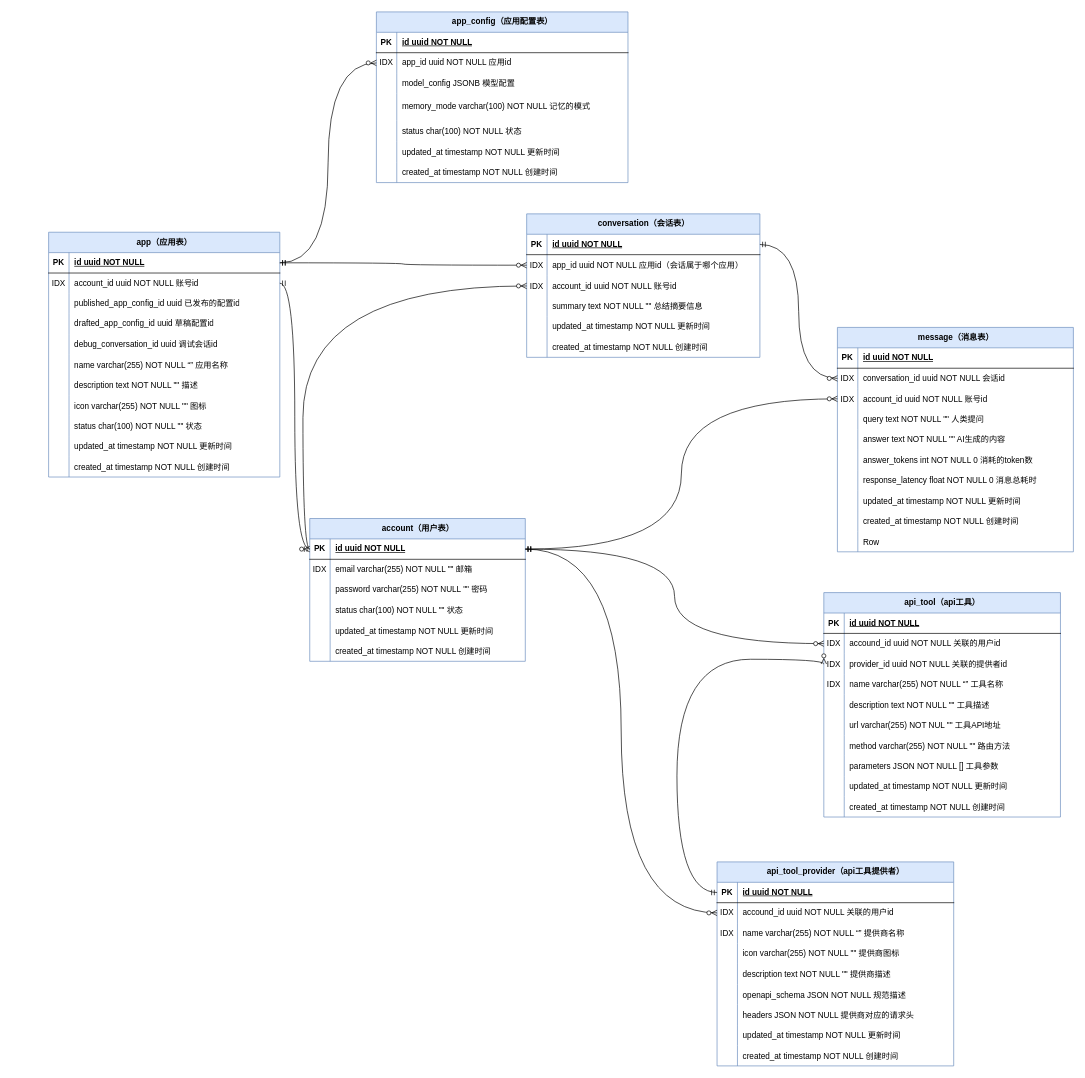
Above: LLMOps数据库实体图.drawio in jiayinjiang-pistachio/llmops (draw.io), before the change. Source tidied: cells renumbered, new cells numbered last; positions are measured from the earlier drawing's top-left corner, leaving out a move shared by most shapes. Both pictures are drawn from the tidied source at 68%, with x=0, y=0 at pixel (48, 12).
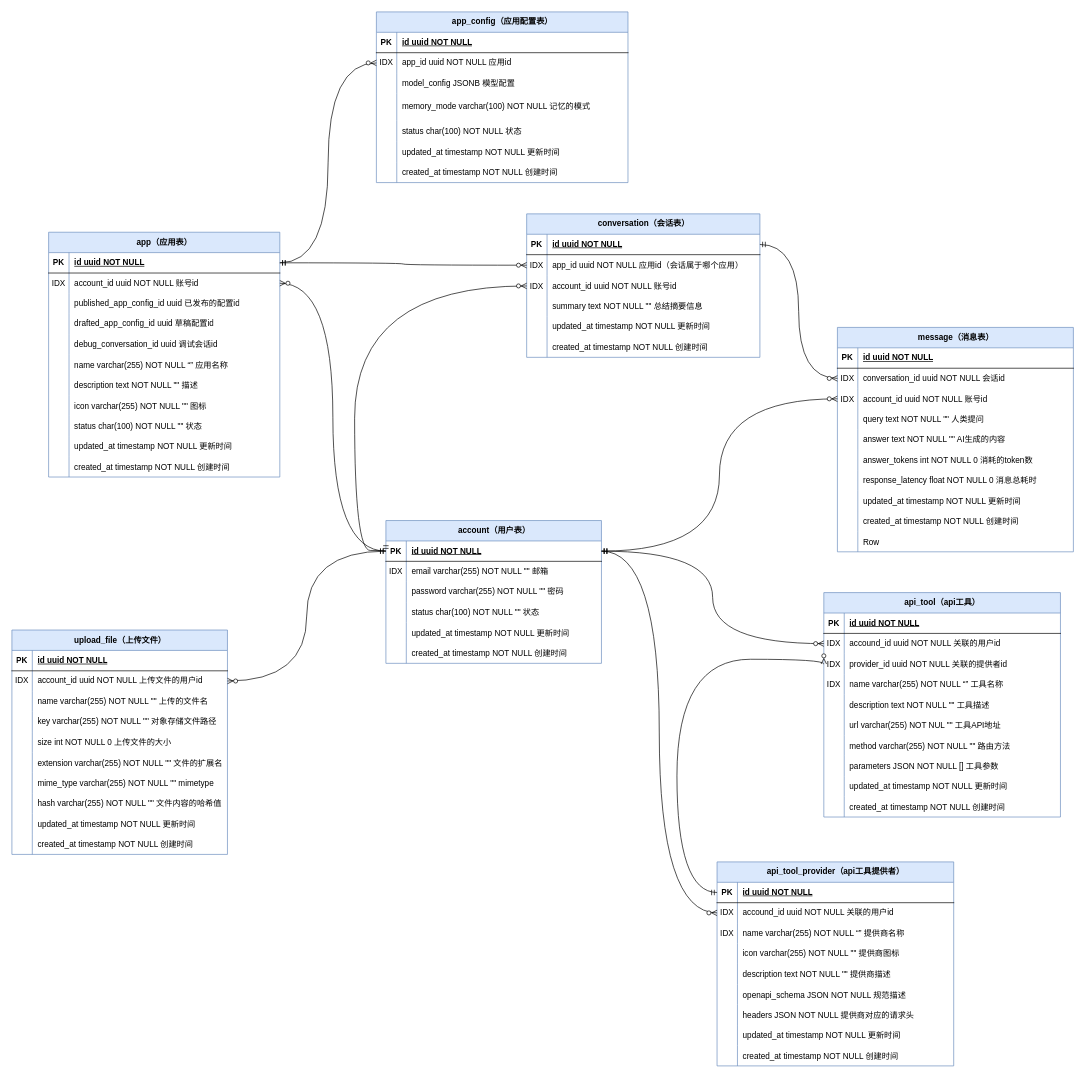
After the change.

Unchanged cells that the change refers to:
```xml
<mxCell id="6" style="shape=tableRow;horizontal=0;startSize=0;swimlaneHead=0;swimlaneBody=0;fillColor=none;points=[[0,0.5],[1,0.5]];portConstraint=eastwest;top=0;left=0;right=0;bottom=0;" parent="2" vertex="1">
  <mxGeometry y="60" width="340" height="30" as="geometry" />
</mxCell>
<mxCell id="66" style="shape=tableRow;horizontal=0;startSize=0;swimlaneHead=0;swimlaneBody=0;fillColor=none;points=[[0,0.5],[1,0.5]];portConstraint=eastwest;top=0;left=0;right=0;bottom=0;" parent="59" vertex="1">
  <mxGeometry y="91" width="343" height="30" as="geometry" />
</mxCell>
<mxCell id="112" style="shape=tableRow;horizontal=0;startSize=0;swimlaneHead=0;swimlaneBody=0;fillColor=none;points=[[0,0.5],[1,0.5]];portConstraint=eastwest;top=0;left=0;right=0;bottom=1;" parent="111" vertex="1">
  <mxGeometry y="30" width="317" height="30" as="geometry" />
</mxCell>
```

The edit, as a diff of the source:
```diff
@@
     <mxCell id="111" value="account（用户表）" style="shape=table;startSize=30;childLayout=tableLayout;rowLines=0;fontStyle=1;align=center;html=1;fillColor=#dae8fc;strokeColor=#6c8ebf;" parent="1" vertex="1">
-      <mxGeometry x="384" y="745" width="317" height="210" as="geometry" />
+      <mxGeometry x="496" y="748" width="317" height="210" as="geometry" />
     </mxCell>
@@
-    <mxCell id="131" style="edgeStyle=orthogonalEdgeStyle;fontSize=12;html=1;endArrow=ERzeroToMany;startArrow=ERmandOne;rounded=0;entryX=0;entryY=0.5;entryDx=0;entryDy=0;curved=1;" parent="1" edge="1" source="6" target="112">
-      <mxGeometry relative="1" as="geometry" />
-    </mxCell>
     <mxCell id="132" style="edgeStyle=orthogonalEdgeStyle;fontSize=12;html=1;endArrow=ERzeroToMany;startArrow=ERmandOne;rounded=0;exitX=0;exitY=0.5;exitDx=0;exitDy=0;entryX=0;entryY=0.5;entryDx=0;entryDy=0;curved=1;" parent="1" edge="1" source="112" target="66">
-      <mxGeometry relative="1" as="geometry" />
+      <mxGeometry relative="1" as="geometry">
+        <Array as="points">
+          <mxPoint x="450" y="792" />
+          <mxPoint x="450" y="403" />
+        </Array>
+      </mxGeometry>
     </mxCell>
@@
+    <mxCell id="195" value="upload_file（上传文件）" style="shape=table;startSize=30;childLayout=tableLayout;rowLines=0;fontStyle=1;align=center;html=1;fillColor=#dae8fc;strokeColor=#6c8ebf;" parent="1" vertex="1">
+      <mxGeometry x="-54" y="909" width="317" height="330" as="geometry" />
+    </mxCell>
+    <mxCell id="196" style="shape=tableRow;horizontal=0;startSize=0;swimlaneHead=0;swimlaneBody=0;fillColor=none;top=0;left=0;right=0;bottom=1;" parent="195" vertex="1">
+      <mxGeometry y="30" width="317" height="30" as="geometry" />
+    </mxCell>
+    <mxCell id="197" value="PK" style="shape=partialRectangle;fillColor=none;top=0;left=0;bottom=0;right=0;fontStyle=1;overflow=hidden;whiteSpace=wrap;html=1;" parent="196" vertex="1">
+      <mxGeometry width="30" height="30" as="geometry" />
+    </mxCell>
+    <mxCell id="198" value="id uuid NOT NULL" style="shape=partialRectangle;fillColor=none;top=0;left=0;bottom=0;right=0;align=left;spacingLeft=6;fontStyle=5;overflow=hidden;whiteSpace=wrap;html=1;" parent="196" vertex="1">
+      <mxGeometry x="30" width="287" height="30" as="geometry" />
+    </mxCell>
+    <mxCell id="199" style="shape=tableRow;horizontal=0;startSize=0;swimlaneHead=0;swimlaneBody=0;fillColor=none;points=[[0,0.5],[1,0.5]];portConstraint=eastwest;top=0;left=0;right=0;bottom=0;" parent="195" vertex="1">
+      <mxGeometry y="60" width="317" height="30" as="geometry" />
+    </mxCell>
+    <mxCell id="200" value="IDX" style="shape=partialRectangle;fillColor=none;top=0;left=0;bottom=0;right=0;overflow=hidden;whiteSpace=wrap;html=1;" parent="199" vertex="1">
+      <mxGeometry width="30" height="30" as="geometry" />
+    </mxCell>
+    <mxCell id="201" value="account_id uuid NOT NULL 上传文件的用户id" style="shape=partialRectangle;fillColor=none;top=0;left=0;bottom=0;right=0;align=left;spacingLeft=6;overflow=hidden;whiteSpace=wrap;html=1;" parent="199" vertex="1">
+      <mxGeometry x="30" width="287" height="30" as="geometry" />
+    </mxCell>
+    <mxCell id="202" style="shape=tableRow;horizontal=0;startSize=0;swimlaneHead=0;swimlaneBody=0;fillColor=none;top=0;left=0;right=0;bottom=0;" parent="195" vertex="1">
+      <mxGeometry y="90" width="317" height="30" as="geometry" />
+    </mxCell>
+    <mxCell id="203" style="shape=partialRectangle;fillColor=none;top=0;left=0;bottom=0;right=0;overflow=hidden;whiteSpace=wrap;html=1;" parent="202" vertex="1">
+      <mxGeometry width="30" height="30" as="geometry" />
+    </mxCell>
+    <mxCell id="204" value="name varchar(255) NOT NULL &quot;&quot; 上传的文件名" style="shape=partialRectangle;fillColor=none;top=0;left=0;bottom=0;right=0;align=left;spacingLeft=6;overflow=hidden;whiteSpace=wrap;html=1;" parent="202" vertex="1">
+      <mxGeometry x="30" width="287" height="30" as="geometry" />
+    </mxCell>
+    <mxCell id="205" style="shape=tableRow;horizontal=0;startSize=0;swimlaneHead=0;swimlaneBody=0;fillColor=none;top=0;left=0;right=0;bottom=0;" parent="195" vertex="1">
+      <mxGeometry y="120" width="317" height="30" as="geometry" />
+    </mxCell>
+    <mxCell id="206" style="shape=partialRectangle;fillColor=none;top=0;left=0;bottom=0;right=0;overflow=hidden;whiteSpace=wrap;html=1;" parent="205" vertex="1">
+      <mxGeometry width="30" height="30" as="geometry" />
+    </mxCell>
+    <mxCell id="207" value="key varchar(255) NOT NULL &quot;&quot; 对象存储文件路径" style="shape=partialRectangle;fillColor=none;top=0;left=0;bottom=0;right=0;align=left;spacingLeft=6;overflow=hidden;whiteSpace=wrap;html=1;" parent="205" vertex="1">
+      <mxGeometry x="30" width="287" height="30" as="geometry" />
+    </mxCell>
+    <mxCell id="208" style="shape=tableRow;horizontal=0;startSize=0;swimlaneHead=0;swimlaneBody=0;fillColor=none;top=0;left=0;right=0;bottom=0;" parent="195" vertex="1">
+      <mxGeometry y="150" width="317" height="30" as="geometry" />
+    </mxCell>
+    <mxCell id="209" style="shape=partialRectangle;fillColor=none;top=0;left=0;bottom=0;right=0;overflow=hidden;" parent="208" vertex="1">
+      <mxGeometry width="30" height="30" as="geometry" />
+    </mxCell>
+    <mxCell id="210" value="size int NOT NULL 0 上传文件的大小" style="shape=partialRectangle;fillColor=none;top=0;left=0;bottom=0;right=0;align=left;spacingLeft=6;overflow=hidden;" parent="208" vertex="1">
+      <mxGeometry x="30" width="287" height="30" as="geometry" />
+    </mxCell>
+    <mxCell id="211" style="shape=tableRow;horizontal=0;startSize=0;swimlaneHead=0;swimlaneBody=0;fillColor=none;top=0;left=0;right=0;bottom=0;" parent="195" vertex="1">
+      <mxGeometry y="180" width="317" height="30" as="geometry" />
+    </mxCell>
+    <mxCell id="212" style="shape=partialRectangle;fillColor=none;top=0;left=0;bottom=0;right=0;overflow=hidden;" parent="211" vertex="1">
+      <mxGeometry width="30" height="30" as="geometry" />
+    </mxCell>
+    <mxCell id="213" value="extension varchar(255) NOT NULL &quot;&quot; 文件的扩展名" style="shape=partialRectangle;fillColor=none;top=0;left=0;bottom=0;right=0;align=left;spacingLeft=6;overflow=hidden;" parent="211" vertex="1">
+      <mxGeometry x="30" width="287" height="30" as="geometry" />
+    </mxCell>
+    <mxCell id="214" style="shape=tableRow;horizontal=0;startSize=0;swimlaneHead=0;swimlaneBody=0;fillColor=none;top=0;left=0;right=0;bottom=0;" parent="195" vertex="1">
+      <mxGeometry y="210" width="317" height="30" as="geometry" />
+    </mxCell>
+    <mxCell id="215" style="shape=partialRectangle;fillColor=none;top=0;left=0;bottom=0;right=0;overflow=hidden;" parent="214" vertex="1">
+      <mxGeometry width="30" height="30" as="geometry" />
+    </mxCell>
+    <mxCell id="216" value="mime_type varchar(255) NOT NULL &quot;&quot; mimetype" style="shape=partialRectangle;fillColor=none;top=0;left=0;bottom=0;right=0;align=left;spacingLeft=6;overflow=hidden;" parent="214" vertex="1">
+      <mxGeometry x="30" width="287" height="30" as="geometry" />
+    </mxCell>
+    <mxCell id="217" style="shape=tableRow;horizontal=0;startSize=0;swimlaneHead=0;swimlaneBody=0;fillColor=none;top=0;left=0;right=0;bottom=0;" parent="195" vertex="1">
+      <mxGeometry y="240" width="317" height="30" as="geometry" />
+    </mxCell>
+    <mxCell id="218" style="shape=partialRectangle;fillColor=none;top=0;left=0;bottom=0;right=0;overflow=hidden;" parent="217" vertex="1">
+      <mxGeometry width="30" height="30" as="geometry" />
+    </mxCell>
+    <mxCell id="219" value="hash varchar(255) NOT NULL &quot;&quot; 文件内容的哈希值" style="shape=partialRectangle;fillColor=none;top=0;left=0;bottom=0;right=0;align=left;spacingLeft=6;overflow=hidden;" parent="217" vertex="1">
+      <mxGeometry x="30" width="287" height="30" as="geometry" />
+    </mxCell>
+    <mxCell id="220" style="shape=tableRow;horizontal=0;startSize=0;swimlaneHead=0;swimlaneBody=0;fillColor=none;top=0;left=0;right=0;bottom=0;" parent="195" vertex="1">
+      <mxGeometry y="270" width="317" height="30" as="geometry" />
+    </mxCell>
+    <mxCell id="221" style="shape=partialRectangle;fillColor=none;top=0;left=0;bottom=0;right=0;overflow=hidden;" parent="220" vertex="1">
+      <mxGeometry width="30" height="30" as="geometry" />
+    </mxCell>
+    <mxCell id="222" value="updated_at timestamp NOT NULL 更新时间" style="shape=partialRectangle;fillColor=none;top=0;left=0;bottom=0;right=0;align=left;spacingLeft=6;overflow=hidden;" parent="220" vertex="1">
+      <mxGeometry x="30" width="287" height="30" as="geometry" />
+    </mxCell>
+    <mxCell id="223" style="shape=tableRow;horizontal=0;startSize=0;swimlaneHead=0;swimlaneBody=0;fillColor=none;top=0;left=0;right=0;bottom=0;" parent="195" vertex="1">
+      <mxGeometry y="300" width="317" height="30" as="geometry" />
+    </mxCell>
+    <mxCell id="224" style="shape=partialRectangle;fillColor=none;top=0;left=0;bottom=0;right=0;overflow=hidden;" parent="223" vertex="1">
+      <mxGeometry width="30" height="30" as="geometry" />
+    </mxCell>
+    <mxCell id="225" value="created_at timestamp NOT NULL 创建时间" style="shape=partialRectangle;fillColor=none;top=0;left=0;bottom=0;right=0;align=left;spacingLeft=6;overflow=hidden;" parent="223" vertex="1">
+      <mxGeometry x="30" width="287" height="30" as="geometry" />
+    </mxCell>
+    <mxCell id="226" style="edgeStyle=orthogonalEdgeStyle;fontSize=12;html=1;endArrow=ERzeroToMany;startArrow=ERmandOne;rounded=0;curved=1;exitX=0;exitY=0.5;exitDx=0;exitDy=0;entryX=1;entryY=0.5;entryDx=0;entryDy=0;" parent="1" edge="1" source="112" target="199">
+      <mxGeometry relative="1" as="geometry" />
+    </mxCell>
+    <mxCell id="227" style="edgeStyle=orthogonalEdgeStyle;fontSize=12;html=1;endArrow=ERzeroToMany;startArrow=ERmandOne;rounded=0;entryX=1;entryY=0.5;entryDx=0;entryDy=0;exitX=0;exitY=0.5;exitDx=0;exitDy=0;curved=1;" parent="1" edge="1" source="112" target="6">
+      <mxGeometry relative="1" as="geometry" />
+    </mxCell>
```
